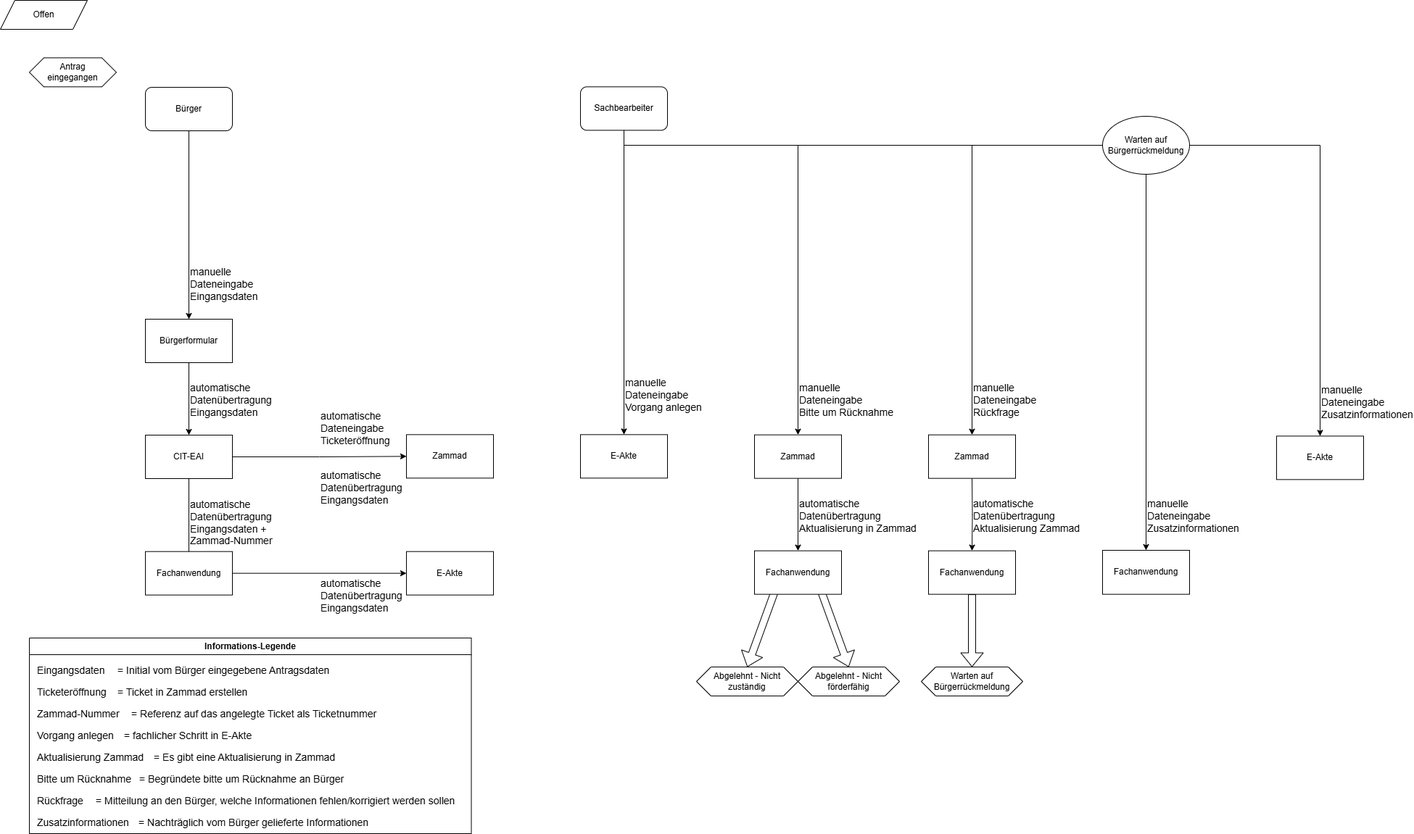
it-at-m/stadtbezirksbudget keeps this draw.io diagram as docs/src/about/dataflow-diagram/Offen-state.png. Above is the earlier version. Source tidied: cells renumbered, new cells last; positions are measured from the earlier drawing's top-left corner, leaving out a move shared by most shapes.
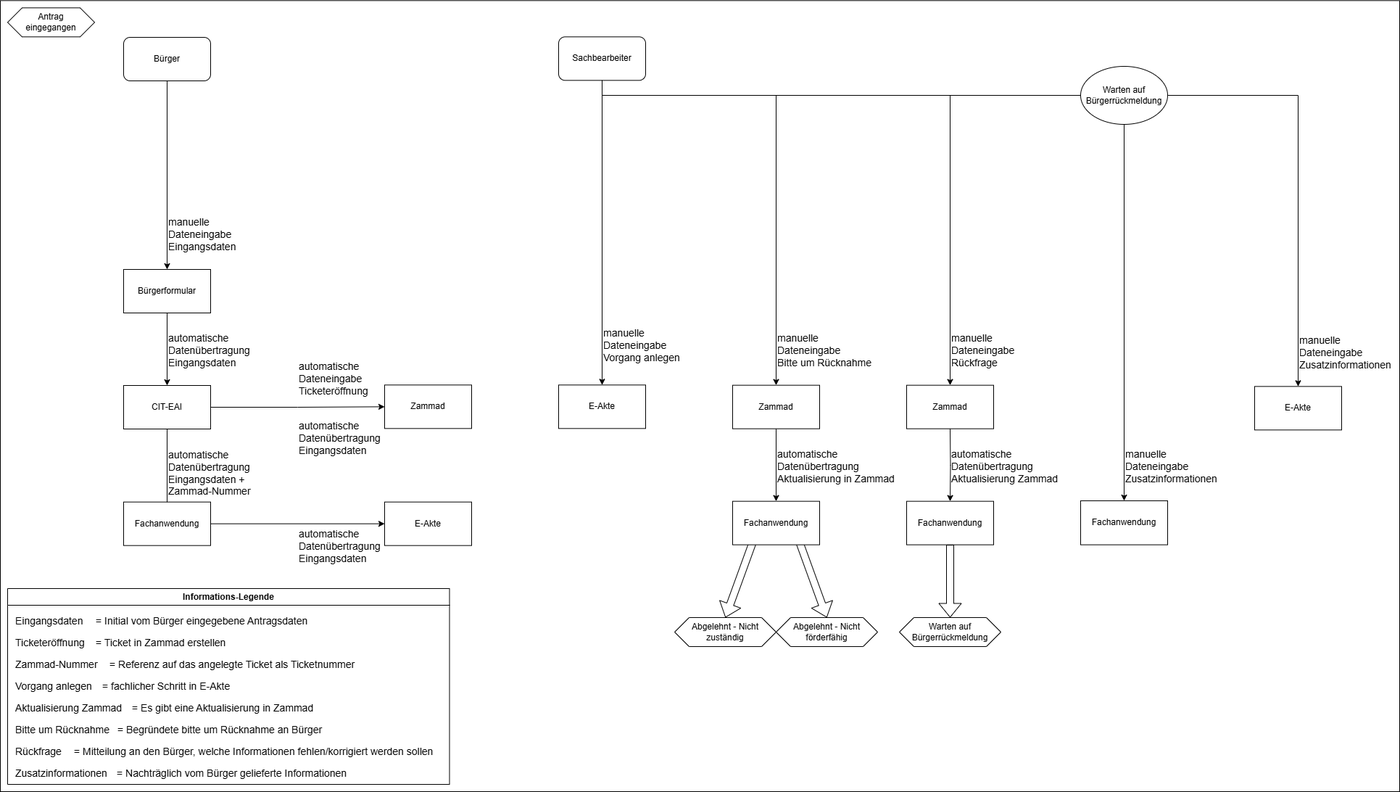
The same file after the commit.

Change to the diagram source:
```diff
@@ -70,9 +70,6 @@
     <mxCell id="19" value="&lt;div align=&quot;left&quot;&gt;&lt;font style=&quot;font-size: 14px;&quot;&gt;manuelle&lt;/font&gt;&lt;/div&gt;&lt;div align=&quot;left&quot;&gt;&lt;font style=&quot;font-size: 14px;&quot;&gt;Dateneingabe&lt;/font&gt;&lt;/div&gt;&lt;div align=&quot;left&quot;&gt;&lt;font style=&quot;&quot;&gt;&lt;font style=&quot;font-size: 14px;&quot;&gt;Vorgang anlegen&lt;/font&gt;&lt;br&gt;&lt;/font&gt;&lt;/div&gt;" style="text;html=1;whiteSpace=wrap;strokeColor=none;fillColor=none;align=left;verticalAlign=middle;rounded=0;" parent="1" vertex="1">
       <mxGeometry x="860" y="520" width="140" height="50" as="geometry" />
     </mxCell>
-    <mxCell id="20" value="Offen" style="shape=parallelogram;perimeter=parallelogramPerimeter;whiteSpace=wrap;html=1;fixedSize=1;" parent="1" vertex="1">
-      <mxGeometry width="120" height="40" as="geometry" />
-    </mxCell>
     <mxCell id="21" style="edgeStyle=orthogonalEdgeStyle;rounded=0;jettySize=auto;html=1;exitX=0.5;exitY=1;exitDx=0;exitDy=0;" parent="1" edge="1" source="13" target="24">
       <mxGeometry relative="1" as="geometry">
         <Array as="points">
@@ -230,5 +227,8 @@
     <mxCell id="66" value="Fachanwendung" style="rounded=0;whiteSpace=wrap;html=1;" parent="1" vertex="1">
       <mxGeometry x="1040" y="759.7" width="120" height="60" as="geometry" />
     </mxCell>
+    <mxCell id="67" style="rounded=0;whiteSpace=wrap;html=1;fillColor=none;" parent="1" vertex="1">
+      <mxGeometry x="30" y="69.3" width="1930" height="1090.7" as="geometry" />
+    </mxCell>
   </root>
 </mxGraphModel>
```
